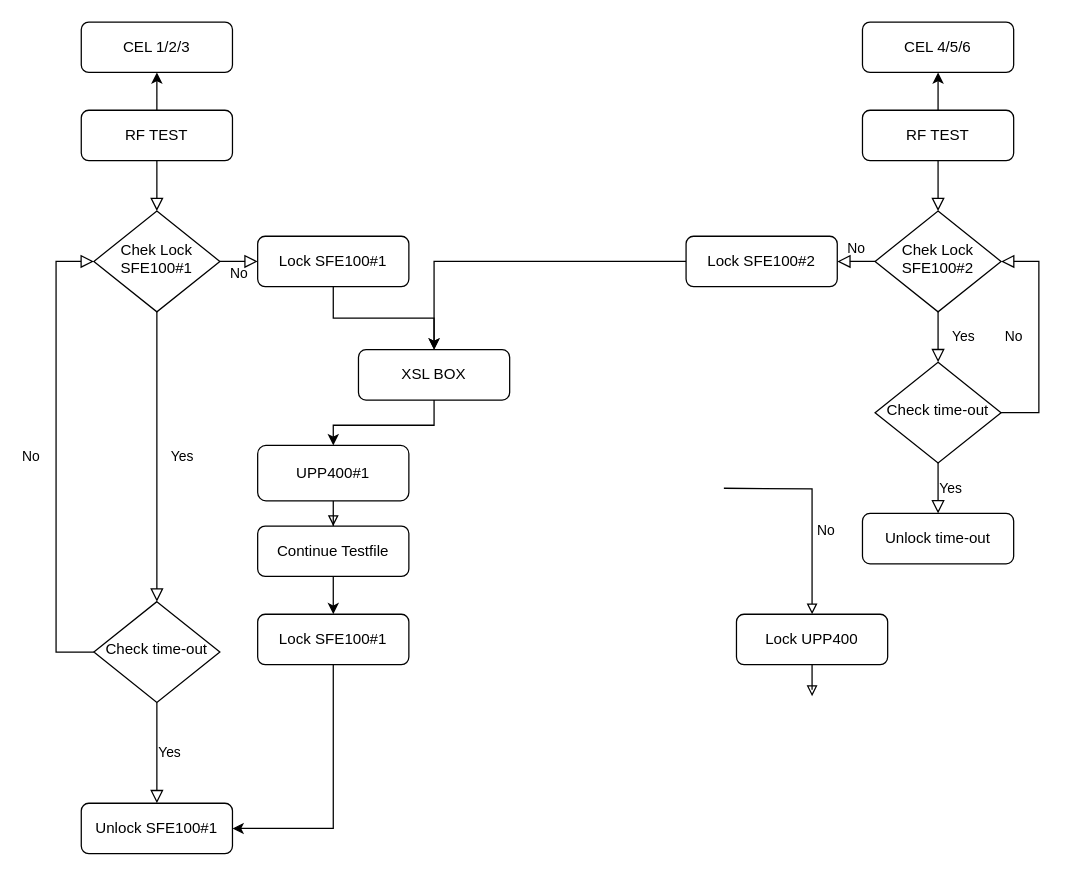
This is FCT50 PSA IO.drawio from Waldri/index, a draw.io file, before an edit. Source tidied: cells renumbered, new cells numbered last; positions are measured from the earlier drawing's top-left corner, leaving out a move shared by most shapes. Both pictures are drawn from the tidied source at 126%, with x=0, y=0 at pixel (55, 21).
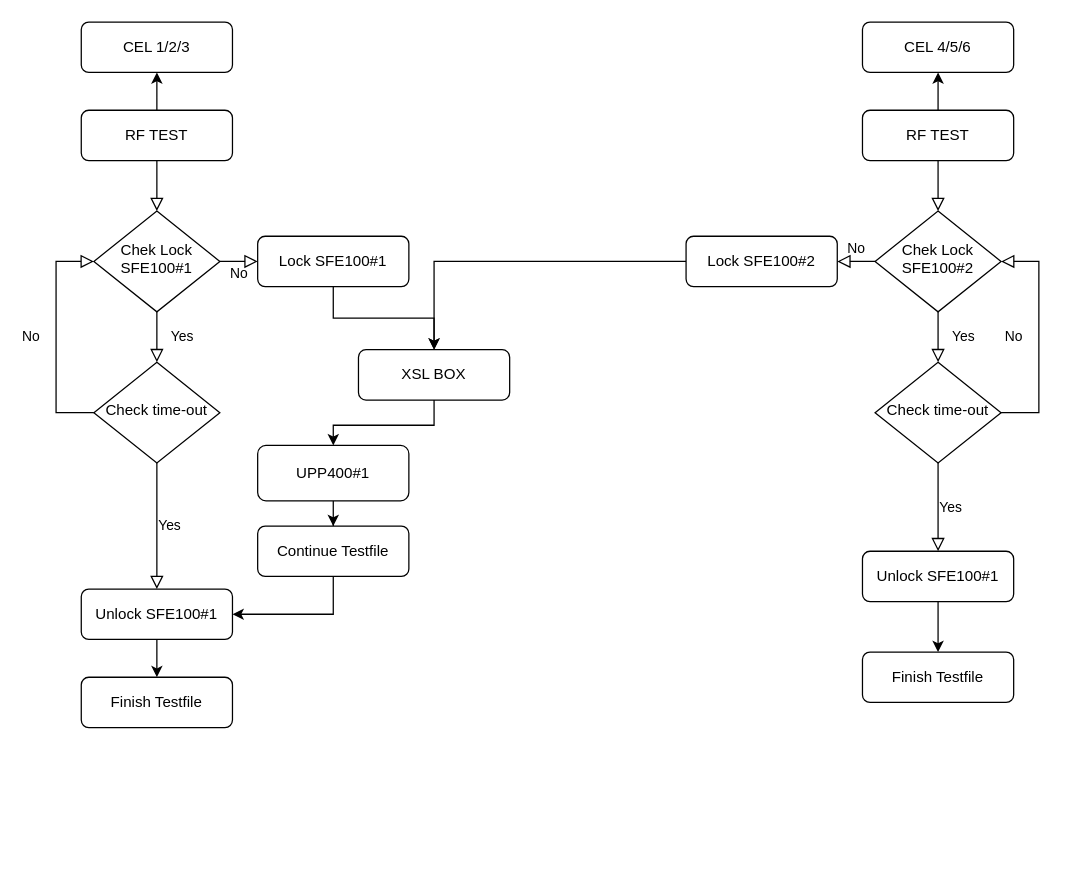
The same page after the edit.

The change refers to these unchanged cells:
```xml
<mxCell id="7" value="Chek Lock SFE100#1" style="rhombus;whiteSpace=wrap;html=1;shadow=0;fontFamily=Helvetica;fontSize=12;align=center;strokeWidth=1;spacing=6;spacingTop=-4;" parent="1" vertex="1">
  <mxGeometry x="30" y="150" width="100" height="80" as="geometry" />
</mxCell>
<mxCell id="27" value="Check time-out" style="rhombus;whiteSpace=wrap;html=1;shadow=0;fontFamily=Helvetica;fontSize=12;align=center;strokeWidth=1;spacing=6;spacingTop=-4;" parent="1" vertex="1">
  <mxGeometry x="650" y="270" width="100" height="80" as="geometry" />
</mxCell>
<mxCell id="35" value="UPP400#1" style="rounded=1;whiteSpace=wrap;html=1;fontSize=12;glass=0;strokeWidth=1;shadow=0;" parent="1" vertex="1">
  <mxGeometry x="160" y="336" width="120" height="44" as="geometry" />
</mxCell>
<mxCell id="37" value="Continue Testfile" style="rounded=1;whiteSpace=wrap;html=1;fontSize=12;glass=0;strokeWidth=1;shadow=0;" parent="1" vertex="1">
  <mxGeometry x="160" y="400" width="120" height="40" as="geometry" />
</mxCell>
```

The edit, as a diff of the source:
```diff
@@
     <mxCell id="10" value="No" style="rounded=0;html=1;jettySize=auto;fontSize=11;endArrow=block;endFill=0;endSize=8;strokeWidth=1;shadow=0;labelBackgroundColor=none;edgeStyle=orthogonalEdgeStyle;entryX=0;entryY=0.5;entryDx=0;entryDy=0;" parent="1" edge="1" source="12" target="7">
       <mxGeometry y="20" relative="1" as="geometry">
         <Array as="points">
-          <mxPoint y="500" />
+          <mxPoint y="310" />
           <mxPoint y="190" />
         </Array>
       </mxGeometry>
     </mxCell>
@@
     <mxCell id="12" value="Check time-out" style="rhombus;whiteSpace=wrap;html=1;shadow=0;fontFamily=Helvetica;fontSize=12;align=center;strokeWidth=1;spacing=6;spacingTop=-4;" parent="1" vertex="1">
-      <mxGeometry x="30" y="460" width="100" height="80" as="geometry" />
+      <mxGeometry x="30" y="270" width="100" height="80" as="geometry" />
     </mxCell>
+    <mxCell id="40" style="edgeStyle=orthogonalEdgeStyle;rounded=0;jettySize=auto;html=1;" parent="1" edge="1" source="13" target="42">
+      <mxGeometry relative="1" as="geometry" />
+    </mxCell>
     <mxCell id="13" value="Unlock SFE100#1" style="rounded=1;whiteSpace=wrap;html=1;fontSize=12;glass=0;strokeWidth=1;shadow=0;" parent="1" vertex="1">
-      <mxGeometry x="20" y="620" width="120" height="40" as="geometry" />
+      <mxGeometry x="20" y="450" width="120" height="40" as="geometry" />
     </mxCell>
@@
-    <mxCell id="26" value="Yes" style="edgeStyle=orthogonalEdgeStyle;rounded=0;html=1;jettySize=auto;fontSize=11;endArrow=block;endFill=0;endSize=8;strokeWidth=1;shadow=0;labelBackgroundColor=none;" parent="1" edge="1" source="27" target="28">
+    <mxCell id="26" value="Yes" style="edgeStyle=orthogonalEdgeStyle;rounded=0;html=1;jettySize=auto;fontSize=11;endArrow=block;endFill=0;endSize=8;strokeWidth=1;shadow=0;labelBackgroundColor=none;entryX=0.5;entryY=0;entryDx=0;entryDy=0;" parent="1" edge="1" source="27" target="44">
       <mxGeometry y="10" relative="1" as="geometry" />
     </mxCell>
@@
-    <mxCell id="28" value="Unlock time-out" style="rounded=1;whiteSpace=wrap;html=1;fontSize=12;glass=0;strokeWidth=1;shadow=0;" parent="1" vertex="1">
-      <mxGeometry x="640" y="390" width="120" height="40" as="geometry" />
-    </mxCell>
@@
-    <mxCell id="30" style="edgeStyle=orthogonalEdgeStyle;rounded=0;jettySize=auto;endArrow=block;endFill=0;html=1;entryX=0.5;entryY=0;entryDx=0;entryDy=0;" parent="1" edge="1" target="33">
-      <mxGeometry relative="1" as="geometry">
-        <mxPoint x="530" y="370" as="sourcePoint" />
-      </mxGeometry>
-    </mxCell>
-    <mxCell id="31" value="No" style="edgeLabel;html=1;align=center;verticalAlign=middle;" parent="30" vertex="1">
-      <mxGeometry x="0.26" y="-1" relative="1" as="geometry">
-        <mxPoint x="11" y="-4" as="offset" />
-      </mxGeometry>
-    </mxCell>
-    <mxCell id="32" style="edgeStyle=orthogonalEdgeStyle;rounded=0;jettySize=auto;html=1;startArrow=none;startFill=0;endArrow=block;endFill=0;" parent="1" edge="1" source="33">
-      <mxGeometry relative="1" as="geometry">
-        <mxPoint x="600" y="535" as="targetPoint" />
-      </mxGeometry>
-    </mxCell>
-    <mxCell id="33" value="Lock UPP400" style="rounded=1;whiteSpace=wrap;html=1;fontSize=12;glass=0;strokeWidth=1;shadow=0;" parent="1" vertex="1">
-      <mxGeometry x="540" y="470" width="120" height="40" as="geometry" />
-    </mxCell>
+    <mxCell id="41" style="edgeStyle=orthogonalEdgeStyle;rounded=0;jettySize=auto;html=1;entryX=1;entryY=0.5;entryDx=0;entryDy=0;startArrow=none;" parent="1" edge="1" source="37" target="13">
+      <mxGeometry relative="1" as="geometry">
+        <Array as="points">
+          <mxPoint x="220" y="470" />
+        </Array>
+      </mxGeometry>
+    </mxCell>
-    <mxCell id="34" style="edgeStyle=orthogonalEdgeStyle;rounded=0;jettySize=auto;html=1;startArrow=none;startFill=0;endArrow=block;endFill=0;" parent="1" edge="1" source="35" target="37">
+    <mxCell id="34" style="edgeStyle=orthogonalEdgeStyle;rounded=0;jettySize=auto;html=1;" parent="1" edge="1" source="35" target="37">
       <mxGeometry relative="1" as="geometry" />
     </mxCell>
@@
-    <mxCell id="36" style="edgeStyle=orthogonalEdgeStyle;rounded=0;jettySize=auto;html=1;" parent="1" edge="1" source="37" target="39">
-      <mxGeometry relative="1" as="geometry" />
-    </mxCell>
+    <mxCell id="42" value="Finish Testfile" style="rounded=1;whiteSpace=wrap;html=1;fontSize=12;glass=0;strokeWidth=1;shadow=0;" parent="1" vertex="1">
+      <mxGeometry x="20" y="520" width="120" height="40" as="geometry" />
+    </mxCell>
@@
-    <mxCell id="38" style="edgeStyle=orthogonalEdgeStyle;rounded=0;jettySize=auto;html=1;entryX=1;entryY=0.5;entryDx=0;entryDy=0;" parent="1" edge="1" source="39" target="13">
-      <mxGeometry relative="1" as="geometry">
-        <Array as="points">
-          <mxPoint x="220" y="640" />
-        </Array>
-      </mxGeometry>
-    </mxCell>
-    <mxCell id="39" value="Lock SFE100#1" style="rounded=1;whiteSpace=wrap;html=1;fontSize=12;glass=0;strokeWidth=1;shadow=0;" parent="1" vertex="1">
-      <mxGeometry x="160" y="470" width="120" height="40" as="geometry" />
-    </mxCell>
+    <mxCell id="43" style="edgeStyle=orthogonalEdgeStyle;rounded=0;jettySize=auto;html=1;" parent="1" edge="1" source="44" target="45">
+      <mxGeometry relative="1" as="geometry" />
+    </mxCell>
+    <mxCell id="44" value="Unlock SFE100#1" style="rounded=1;whiteSpace=wrap;html=1;fontSize=12;glass=0;strokeWidth=1;shadow=0;" parent="1" vertex="1">
+      <mxGeometry x="640" y="420" width="120" height="40" as="geometry" />
+    </mxCell>
+    <mxCell id="45" value="Finish Testfile" style="rounded=1;whiteSpace=wrap;html=1;fontSize=12;glass=0;strokeWidth=1;shadow=0;" parent="1" vertex="1">
+      <mxGeometry x="640" y="500" width="120" height="40" as="geometry" />
+    </mxCell>
```
